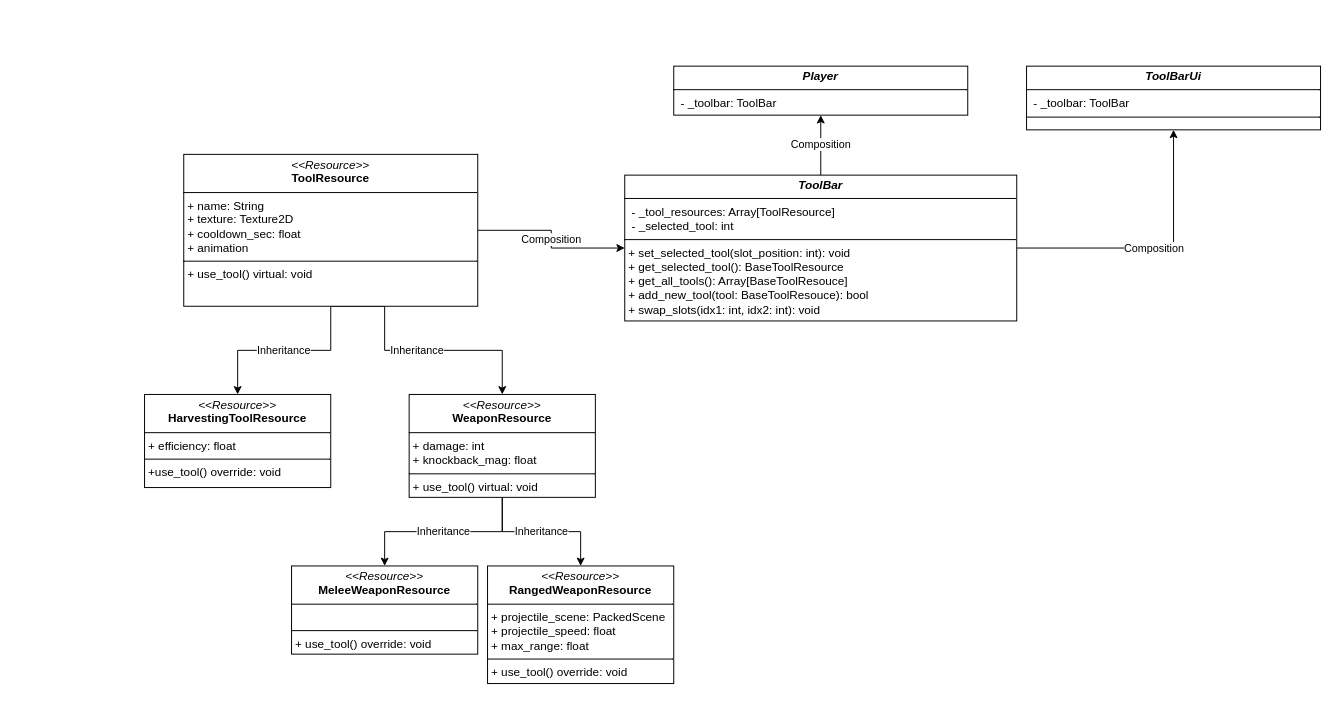
duncannvan/VanadelFrontier keeps this draw.io diagram as Diagrams/ToolManager.drawio. Above is the earlier version. Source tidied: cells renumbered, new cells numbered last; positions are measured from the earlier drawing's top-left corner, leaving out a move shared by most shapes. Both pictures are drawn from the tidied source at 98%, with x=0, y=0 at pixel (144, 66).
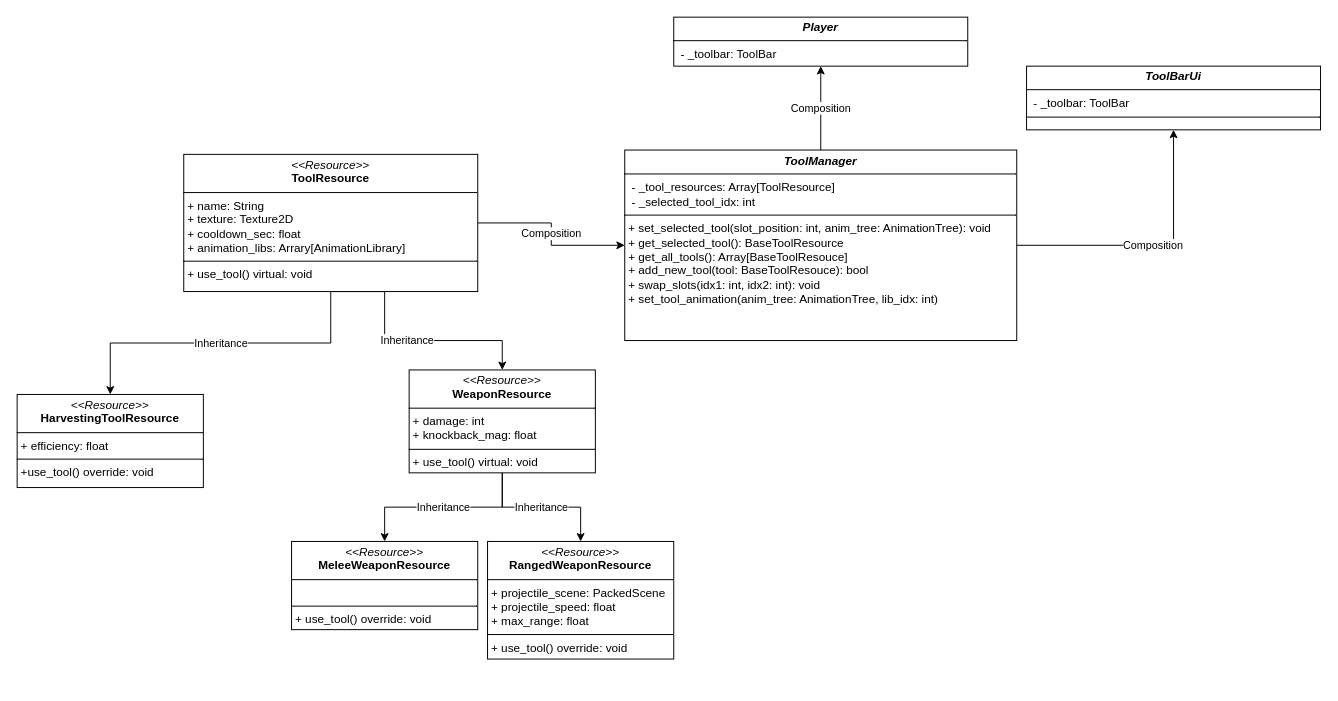
Above is the later version.

Change to the diagram source:
```diff
@@
 <mxGraphModel>
   <root>
     <mxCell id="0" />
     <mxCell id="1" parent="0" />
     <mxCell id="2" value="Composition" style="edgeStyle=orthogonalEdgeStyle;rounded=0;jettySize=auto;html=1;" parent="1" edge="1" source="4" target="5">
       <mxGeometry relative="1" as="geometry" />
     </mxCell>
     <mxCell id="3" value="Composition" style="edgeStyle=orthogonalEdgeStyle;rounded=0;jettySize=auto;html=1;exitX=1;exitY=0.5;exitDx=0;exitDy=0;entryX=0.5;entryY=1;entryDx=0;entryDy=0;" parent="1" edge="1" source="4" target="16">
       <mxGeometry relative="1" as="geometry" />
     </mxCell>
-    <mxCell id="4" value="&lt;p style=&quot;margin:0px;margin-top:4px;text-align:center;&quot;&gt;&lt;i&gt;&lt;b&gt;ToolBar&lt;/b&gt;&lt;/i&gt;&lt;/p&gt;&lt;hr size=&quot;1&quot; style=&quot;border-style:solid;&quot;&gt;&lt;p style=&quot;margin:0px;margin-left:4px;&quot;&gt;&lt;span style=&quot;background-color: transparent; color: light-dark(rgb(0, 0, 0), rgb(255, 255, 255));&quot;&gt;&amp;nbsp;- _tool_resources: Array[ToolResource]&lt;/span&gt;&lt;/p&gt;&lt;p style=&quot;margin:0px;margin-left:4px;&quot;&gt;&lt;span style=&quot;background-color: transparent; color: light-dark(rgb(0, 0, 0), rgb(255, 255, 255));&quot;&gt;&amp;nbsp;- _selected_tool: int&lt;/span&gt;&lt;/p&gt;&lt;hr size=&quot;1&quot; style=&quot;border-style:solid;&quot;&gt;&lt;p style=&quot;margin:0px;margin-left:4px;&quot;&gt;+ set_selected_tool(slot_position: int): void&lt;/p&gt;&lt;p style=&quot;margin:0px;margin-left:4px;&quot;&gt;+ get_selected_tool(): BaseToolResource&lt;/p&gt;&lt;p style=&quot;margin:0px;margin-left:4px;&quot;&gt;+ get_all_tools(): Array[BaseToolResouce]&lt;/p&gt;&lt;p style=&quot;margin:0px;margin-left:4px;&quot;&gt;+ add_new_tool(tool: BaseToolResouce): bool&lt;/p&gt;&lt;p style=&quot;margin:0px;margin-left:4px;&quot;&gt;+ swap_slots(idx1: int, idx2: int): void&lt;/p&gt;" style="verticalAlign=top;align=left;overflow=fill;html=1;whiteSpace=wrap;" parent="1" vertex="1">
-      <mxGeometry x="490" y="111.2" width="400" height="148.8" as="geometry" />
+    <mxCell id="4" value="&lt;p style=&quot;margin:0px;margin-top:4px;text-align:center;&quot;&gt;&lt;i&gt;&lt;b&gt;ToolManager&lt;/b&gt;&lt;/i&gt;&lt;/p&gt;&lt;hr size=&quot;1&quot; style=&quot;border-style:solid;&quot;&gt;&lt;p style=&quot;margin:0px;margin-left:4px;&quot;&gt;&lt;span style=&quot;background-color: transparent; color: light-dark(rgb(0, 0, 0), rgb(255, 255, 255));&quot;&gt;&amp;nbsp;- _tool_resources: Array[ToolResource]&lt;/span&gt;&lt;/p&gt;&lt;p style=&quot;margin:0px;margin-left:4px;&quot;&gt;&lt;span style=&quot;background-color: transparent; color: light-dark(rgb(0, 0, 0), rgb(255, 255, 255));&quot;&gt;&amp;nbsp;- _selected_tool_idx: int&lt;/span&gt;&lt;/p&gt;&lt;hr size=&quot;1&quot; style=&quot;border-style:solid;&quot;&gt;&lt;p style=&quot;margin:0px;margin-left:4px;&quot;&gt;+ set_selected_tool(slot_position: int, anim_tree: AnimationTree): void&lt;/p&gt;&lt;p style=&quot;margin:0px;margin-left:4px;&quot;&gt;+ get_selected_tool(): BaseToolResource&lt;/p&gt;&lt;p style=&quot;margin:0px;margin-left:4px;&quot;&gt;+ get_all_tools(): Array[BaseToolResouce]&lt;/p&gt;&lt;p style=&quot;margin:0px;margin-left:4px;&quot;&gt;+ add_new_tool(tool: BaseToolResouce): bool&lt;/p&gt;&lt;p style=&quot;margin:0px;margin-left:4px;&quot;&gt;+ swap_slots(idx1: int, idx2: int): void&lt;/p&gt;&lt;p style=&quot;margin:0px;margin-left:4px;&quot;&gt;+ set_tool_animation(anim_tree: AnimationTree, lib_idx: int)&lt;/p&gt;" style="verticalAlign=top;align=left;overflow=fill;html=1;whiteSpace=wrap;" parent="1" vertex="1">
+      <mxGeometry x="490" y="85.6" width="400" height="194.4" as="geometry" />
     </mxCell>
     <mxCell id="5" value="&lt;p style=&quot;margin:0px;margin-top:4px;text-align:center;&quot;&gt;&lt;i&gt;&lt;b&gt;Player&lt;/b&gt;&lt;/i&gt;&lt;/p&gt;&lt;hr size=&quot;1&quot; style=&quot;border-style:solid;&quot;&gt;&lt;p style=&quot;margin:0px;margin-left:4px;&quot;&gt;&amp;nbsp;- _toolbar: ToolBar&lt;/p&gt;" style="verticalAlign=top;align=left;overflow=fill;html=1;whiteSpace=wrap;" parent="1" vertex="1">
-      <mxGeometry x="540" width="300" height="50" as="geometry" />
+      <mxGeometry x="540" y="-50" width="300" height="50" as="geometry" />
     </mxCell>
     <mxCell id="6" value="Inheritance" style="edgeStyle=orthogonalEdgeStyle;rounded=0;jettySize=auto;html=1;exitX=0.5;exitY=1;exitDx=0;exitDy=0;entryX=0.5;entryY=0;entryDx=0;entryDy=0;" parent="1" edge="1" source="9" target="12">
       <mxGeometry relative="1" as="geometry">
         <Array as="points">
-          <mxPoint x="245" y="290" />
-          <mxPoint x="365" y="290" />
+          <mxPoint x="245" y="230" />
+          <mxPoint x="245" y="280" />
+          <mxPoint x="365" y="280" />
         </Array>
       </mxGeometry>
     </mxCell>
     <mxCell id="7" value="Inheritance" style="edgeStyle=orthogonalEdgeStyle;rounded=0;jettySize=auto;html=1;exitX=0.5;exitY=1;exitDx=0;exitDy=0;entryX=0.5;entryY=0;entryDx=0;entryDy=0;" parent="1" edge="1" source="9" target="13">
       <mxGeometry relative="1" as="geometry" />
     </mxCell>
     <mxCell id="8" value="Composition" style="edgeStyle=orthogonalEdgeStyle;rounded=0;jettySize=auto;html=1;exitX=1;exitY=0.5;exitDx=0;exitDy=0;entryX=0;entryY=0.5;entryDx=0;entryDy=0;" parent="1" edge="1" source="9" target="4">
       <mxGeometry relative="1" as="geometry" />
     </mxCell>
-    <mxCell id="9" value="&lt;p style=&quot;margin:0px;margin-top:4px;text-align:center;&quot;&gt;&lt;i&gt;&amp;lt;&amp;lt;&lt;/i&gt;&lt;i&gt;Resource&lt;/i&gt;&lt;i&gt;&amp;gt;&amp;gt;&lt;/i&gt;&lt;br&gt;&lt;b&gt;ToolResource&lt;/b&gt;&lt;/p&gt;&lt;hr size=&quot;1&quot; style=&quot;border-style:solid;&quot;&gt;&lt;p style=&quot;margin:0px;margin-left:4px;&quot;&gt;&lt;span style=&quot;background-color: transparent; color: light-dark(rgb(0, 0, 0), rgb(255, 255, 255));&quot;&gt;+ name: String&lt;/span&gt;&lt;/p&gt;&lt;p style=&quot;margin: 0px 0px 0px 4px;&quot;&gt;+ texture: Texture2D&lt;/p&gt;&lt;p style=&quot;margin: 0px 0px 0px 4px;&quot;&gt;+ cooldown_sec: float&lt;/p&gt;&lt;p style=&quot;margin: 0px 0px 0px 4px;&quot;&gt;+ animation&lt;/p&gt;&lt;hr size=&quot;1&quot; style=&quot;border-style:solid;&quot;&gt;&lt;p style=&quot;margin:0px;margin-left:4px;&quot;&gt;+ use_tool() virtual: void&lt;/p&gt;" style="verticalAlign=top;align=left;overflow=fill;html=1;whiteSpace=wrap;" parent="1" vertex="1">
-      <mxGeometry x="40" y="90" width="300" height="155" as="geometry" />
+    <mxCell id="9" value="&lt;p style=&quot;margin:0px;margin-top:4px;text-align:center;&quot;&gt;&lt;i&gt;&amp;lt;&amp;lt;&lt;/i&gt;&lt;i&gt;Resource&lt;/i&gt;&lt;i&gt;&amp;gt;&amp;gt;&lt;/i&gt;&lt;br&gt;&lt;b&gt;ToolResource&lt;/b&gt;&lt;/p&gt;&lt;hr size=&quot;1&quot; style=&quot;border-style:solid;&quot;&gt;&lt;p style=&quot;margin:0px;margin-left:4px;&quot;&gt;&lt;span style=&quot;background-color: transparent; color: light-dark(rgb(0, 0, 0), rgb(255, 255, 255));&quot;&gt;+ name: String&lt;/span&gt;&lt;/p&gt;&lt;p style=&quot;margin: 0px 0px 0px 4px;&quot;&gt;+ texture: Texture2D&lt;/p&gt;&lt;p style=&quot;margin: 0px 0px 0px 4px;&quot;&gt;+ cooldown_sec: float&lt;/p&gt;&lt;p style=&quot;margin: 0px 0px 0px 4px;&quot;&gt;+ animation_libs: Arrary[AnimationLibrary]&lt;/p&gt;&lt;hr size=&quot;1&quot; style=&quot;border-style:solid;&quot;&gt;&lt;p style=&quot;margin:0px;margin-left:4px;&quot;&gt;+ use_tool() virtual: void&lt;/p&gt;" style="verticalAlign=top;align=left;overflow=fill;html=1;whiteSpace=wrap;" parent="1" vertex="1">
+      <mxGeometry x="40" y="90" width="300" height="140" as="geometry" />
     </mxCell>
     <mxCell id="10" value="Inheritance" style="edgeStyle=orthogonalEdgeStyle;rounded=0;jettySize=auto;html=1;entryX=0.5;entryY=0;entryDx=0;entryDy=0;" parent="1" edge="1" source="12" target="15">
       <mxGeometry relative="1" as="geometry" />
     </mxCell>
     <mxCell id="11" value="Inheritance" style="edgeStyle=orthogonalEdgeStyle;rounded=0;jettySize=auto;html=1;entryX=0.5;entryY=0;entryDx=0;entryDy=0;" parent="1" edge="1" source="12" target="14">
       <mxGeometry relative="1" as="geometry" />
     </mxCell>
     <mxCell id="12" value="&lt;p style=&quot;margin:0px;margin-top:4px;text-align:center;&quot;&gt;&lt;i&gt;&amp;lt;&amp;lt;Resource&amp;gt;&amp;gt;&lt;/i&gt;&lt;br&gt;&lt;b&gt;WeaponResource&lt;/b&gt;&lt;/p&gt;&lt;hr size=&quot;1&quot; style=&quot;border-style:solid;&quot;&gt;&lt;p style=&quot;margin: 0px 0px 0px 4px;&quot;&gt;&lt;span style=&quot;background-color: transparent; color: light-dark(rgb(0, 0, 0), rgb(255, 255, 255));&quot;&gt;+ damage: int&lt;/span&gt;&lt;/p&gt;&lt;p style=&quot;margin: 0px 0px 0px 4px;&quot;&gt;+ knockback_mag: float&lt;/p&gt;&lt;hr size=&quot;1&quot; style=&quot;border-style:solid;&quot;&gt;&lt;p style=&quot;margin: 0px 0px 0px 4px;&quot;&gt;+ use_tool() virtual: void&lt;/p&gt;" style="verticalAlign=top;align=left;overflow=fill;html=1;whiteSpace=wrap;" parent="1" vertex="1">
-      <mxGeometry x="270" y="335" width="190" height="105" as="geometry" />
+      <mxGeometry x="270" y="310" width="190" height="105" as="geometry" />
     </mxCell>
     <mxCell id="13" value="&lt;p style=&quot;margin:0px;margin-top:4px;text-align:center;&quot;&gt;&lt;i&gt;&amp;lt;&amp;lt;Resource&amp;gt;&amp;gt;&lt;/i&gt;&lt;br&gt;&lt;b&gt;HarvestingToolResource&lt;/b&gt;&lt;/p&gt;&lt;hr size=&quot;1&quot; style=&quot;border-style:solid;&quot;&gt;&lt;p style=&quot;margin: 0px 0px 0px 4px;&quot;&gt;&lt;span style=&quot;background-color: transparent; color: light-dark(rgb(0, 0, 0), rgb(255, 255, 255));&quot;&gt;+ efficiency: float&lt;/span&gt;&lt;/p&gt;&lt;hr size=&quot;1&quot; style=&quot;border-style:solid;&quot;&gt;&lt;p style=&quot;margin: 0px 0px 0px 4px;&quot;&gt;+use_tool() override: void&lt;/p&gt;&lt;p style=&quot;margin: 0px 0px 0px 4px;&quot;&gt;&lt;br&gt;&lt;/p&gt;" style="verticalAlign=top;align=left;overflow=fill;html=1;whiteSpace=wrap;" parent="1" vertex="1">
-      <mxGeometry y="335" width="190" height="95" as="geometry" />
+      <mxGeometry x="-130" y="335" width="190" height="95" as="geometry" />
     </mxCell>
     <mxCell id="14" value="&lt;p style=&quot;margin:0px;margin-top:4px;text-align:center;&quot;&gt;&lt;i&gt;&amp;lt;&amp;lt;Resource&amp;gt;&amp;gt;&lt;/i&gt;&lt;br&gt;&lt;b&gt;MeleeWeaponResource&lt;/b&gt;&lt;/p&gt;&lt;hr size=&quot;1&quot; style=&quot;border-style:solid;&quot;&gt;&lt;p style=&quot;margin: 0px 0px 0px 4px;&quot;&gt;&lt;span style=&quot;background-color: transparent; color: light-dark(rgb(0, 0, 0), rgb(255, 255, 255));&quot;&gt;&lt;br&gt;&lt;/span&gt;&lt;/p&gt;&lt;hr size=&quot;1&quot; style=&quot;border-style:solid;&quot;&gt;&lt;p style=&quot;margin: 0px 0px 0px 4px;&quot;&gt;+ use_tool() override: void&lt;/p&gt;" style="verticalAlign=top;align=left;overflow=fill;html=1;whiteSpace=wrap;" parent="1" vertex="1">
-      <mxGeometry x="150" y="510" width="190" height="90" as="geometry" />
+      <mxGeometry x="150" y="485" width="190" height="90" as="geometry" />
     </mxCell>
     <mxCell id="15" value="&lt;p style=&quot;margin:0px;margin-top:4px;text-align:center;&quot;&gt;&lt;i&gt;&amp;lt;&amp;lt;Resource&amp;gt;&amp;gt;&lt;/i&gt;&lt;br&gt;&lt;b&gt;RangedWeaponResource&lt;/b&gt;&lt;/p&gt;&lt;hr size=&quot;1&quot; style=&quot;border-style:solid;&quot;&gt;&lt;p style=&quot;margin: 0px 0px 0px 4px;&quot;&gt;+ projectile_scene: PackedScene&lt;/p&gt;&lt;p style=&quot;margin: 0px 0px 0px 4px;&quot;&gt;+ projectile_speed: float&lt;/p&gt;&lt;p style=&quot;margin: 0px 0px 0px 4px;&quot;&gt;+ max_range: float&lt;/p&gt;&lt;hr size=&quot;1&quot; style=&quot;border-style:solid;&quot;&gt;&lt;p style=&quot;margin: 0px 0px 0px 4px;&quot;&gt;+ use_tool() override: void&lt;/p&gt;" style="verticalAlign=top;align=left;overflow=fill;html=1;whiteSpace=wrap;" parent="1" vertex="1">
-      <mxGeometry x="350" y="510" width="190" height="120" as="geometry" />
+      <mxGeometry x="350" y="485" width="190" height="120" as="geometry" />
     </mxCell>
     <mxCell id="16" value="&lt;p style=&quot;margin:0px;margin-top:4px;text-align:center;&quot;&gt;&lt;i&gt;&lt;b&gt;ToolBarUi&lt;/b&gt;&lt;/i&gt;&lt;/p&gt;&lt;hr size=&quot;1&quot; style=&quot;border-style:solid;&quot;&gt;&lt;p style=&quot;margin:0px;margin-left:4px;&quot;&gt;&lt;span style=&quot;background-color: transparent; color: light-dark(rgb(0, 0, 0), rgb(255, 255, 255));&quot;&gt;&amp;nbsp;-&lt;/span&gt;&lt;span style=&quot;background-color: transparent; color: light-dark(rgb(0, 0, 0), rgb(255, 255, 255));&quot;&gt;&amp;nbsp;_toolbar: ToolBar&lt;/span&gt;&lt;span style=&quot;background-color: transparent; color: light-dark(rgb(0, 0, 0), rgb(255, 255, 255));&quot;&gt;&lt;br&gt;&lt;/span&gt;&lt;/p&gt;&lt;hr size=&quot;1&quot; style=&quot;border-style:solid;&quot;&gt;&lt;p style=&quot;margin:0px;margin-left:4px;&quot;&gt;&lt;br&gt;&lt;/p&gt;" style="verticalAlign=top;align=left;overflow=fill;html=1;whiteSpace=wrap;" parent="1" vertex="1">
       <mxGeometry x="900" width="300" height="65" as="geometry" />
     </mxCell>
   </root>
 </mxGraphModel>
```
